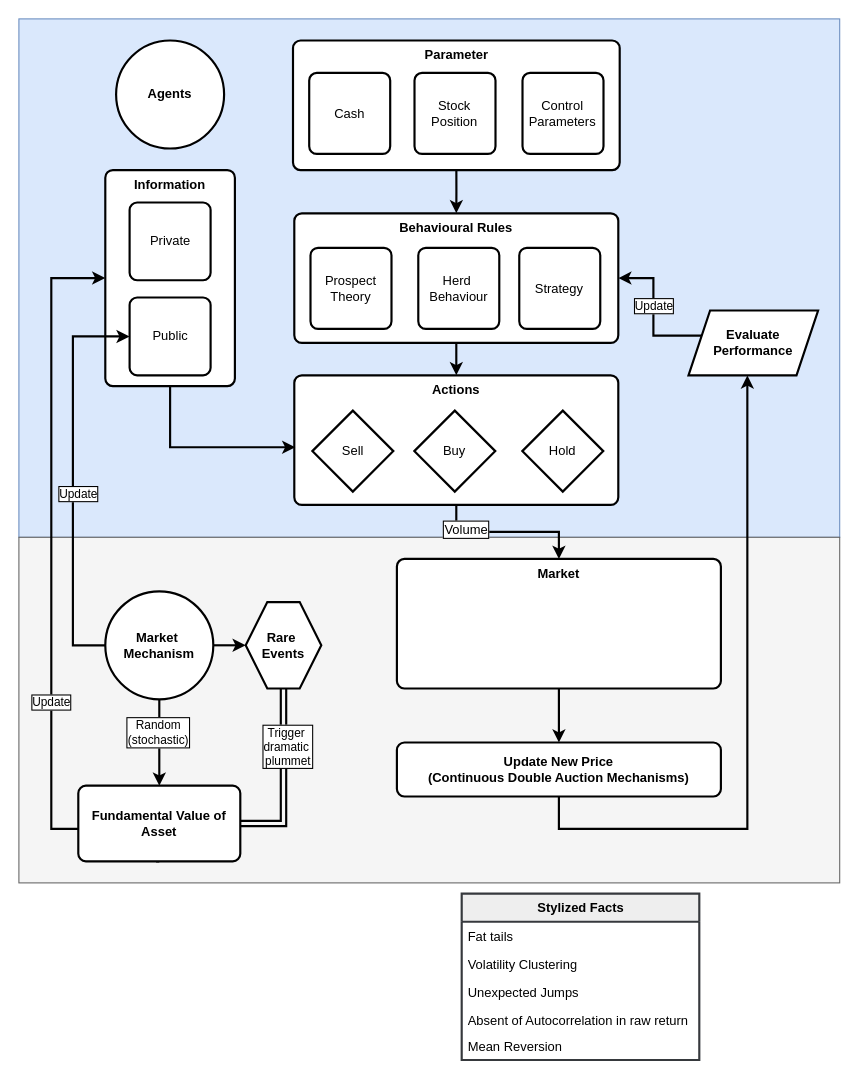
Before: Untitled Diagram.drawio in JustSimpleLucas/agent-based-modelling-behavioural-fianance, a draw.io diagram. Source tidied: cells renumbered, new cells numbered last; positions are measured from the earlier drawing's top-left corner, leaving out a move shared by most shapes. Both pictures are drawn from the tidied source at 108%, with x=0, y=0 at pixel (18, 18).
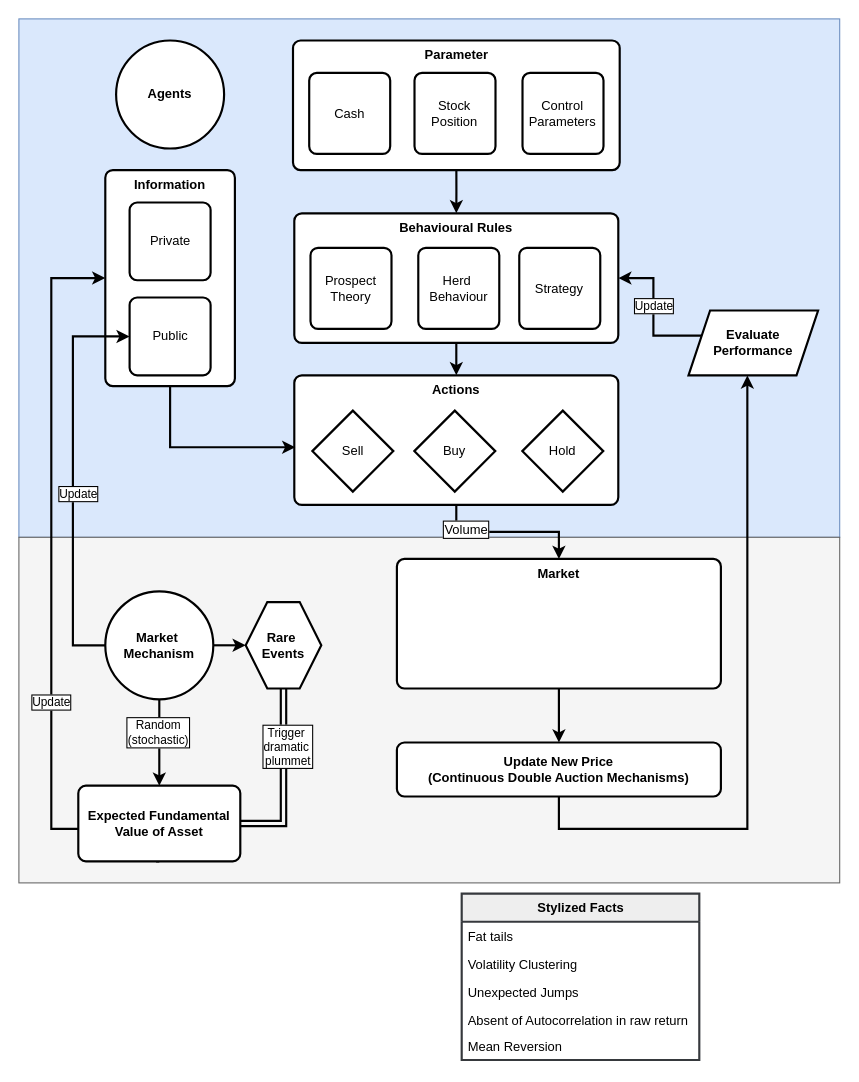
After the change.

The edit, as a diff of the source:
```diff
@@
-    <mxCell id="39" value="&lt;b&gt;Fundamental Value of Asset&lt;/b&gt;" style="rounded=1;whiteSpace=wrap;html=1;absoluteArcSize=1;arcSize=14;strokeWidth=2;" parent="1" vertex="1">
+    <mxCell id="39" value="&lt;b&gt;Expected Fundamental Value of Asset&lt;/b&gt;" style="rounded=1;whiteSpace=wrap;html=1;absoluteArcSize=1;arcSize=14;strokeWidth=2;" parent="1" vertex="1">
       <mxGeometry x="55" y="710" width="150" height="70" as="geometry" />
     </mxCell>
```
